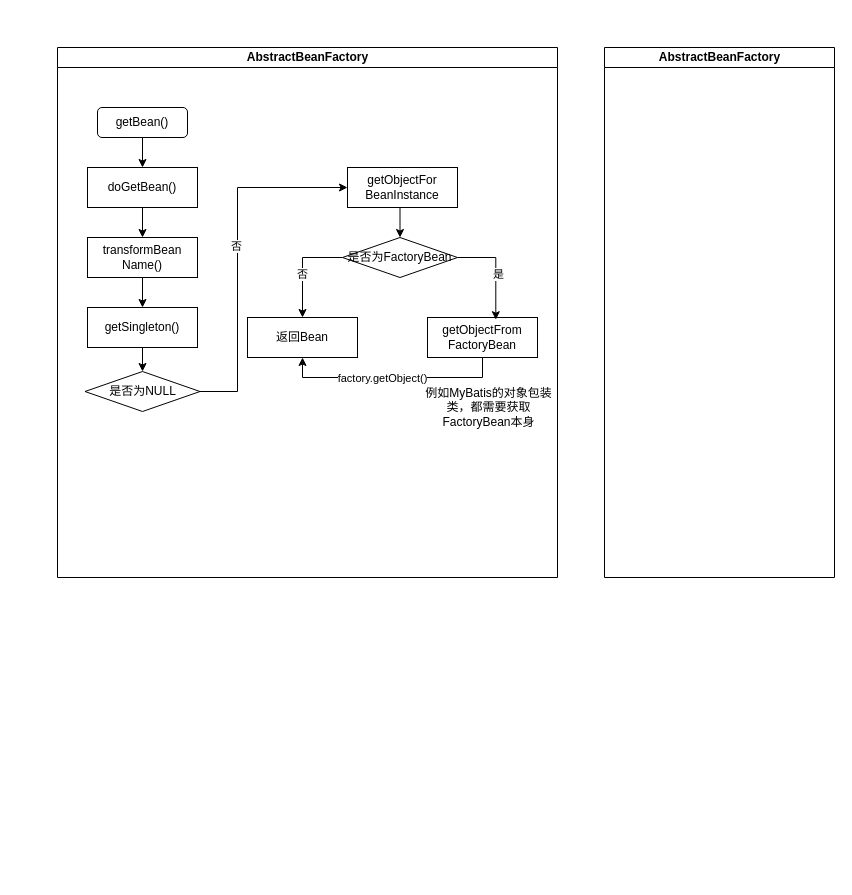
EngineKing/draw keeps this draw.io diagram as Spring.drawio. Above is the earlier version. Source tidied: cells renumbered, new cells numbered last; positions are measured from the earlier drawing's top-left corner, leaving out a move shared by most shapes. Both pictures are drawn from the tidied source at 100%, with x=0, y=0 at pixel (57, 47).
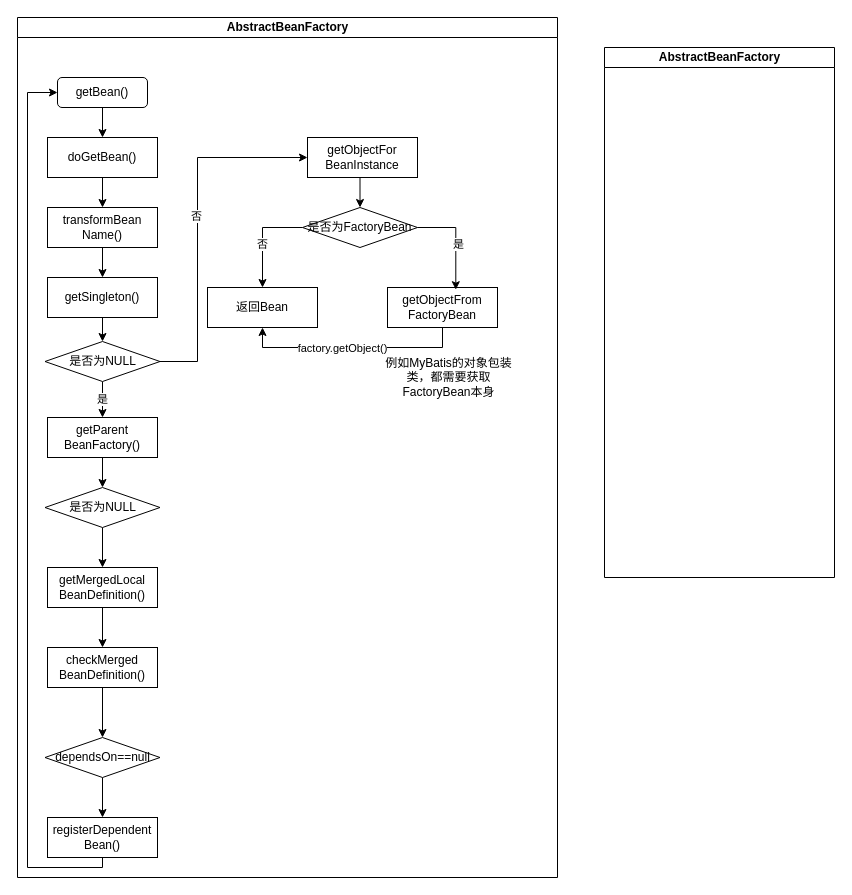
The same page after the edit.

Unchanged cells that the change refers to:
```xml
<mxCell id="4" value="getBean()" style="rounded=1;whiteSpace=wrap;html=1;" parent="2" vertex="1">
  <mxGeometry x="40" y="60" width="90" height="30" as="geometry" />
</mxCell>
<mxCell id="13" value="是否为NULL" style="rhombus;whiteSpace=wrap;html=1;" parent="2" vertex="1">
  <mxGeometry x="27.5" y="324" width="115" height="40" as="geometry" />
</mxCell>
```

What changed in the source:
```diff
@@
     <mxCell id="2" value="AbstractBeanFactory" style="swimlane;html=1;startSize=20;horizontal=1;direction=east;verticalAlign=middle;align=center;" parent="1" vertex="1">
-      <mxGeometry width="500" height="530" as="geometry" />
+      <mxGeometry x="-40" y="-30" width="540" height="860" as="geometry" />
     </mxCell>
@@
+    <mxCell id="27" value="是" style="edgeStyle=orthogonalEdgeStyle;rounded=0;jettySize=auto;html=1;exitX=0.5;exitY=1;exitDx=0;exitDy=0;entryX=0.5;entryY=0;entryDx=0;entryDy=0;" parent="2" edge="1" source="13" target="37">
+      <mxGeometry relative="1" as="geometry" />
+    </mxCell>
@@
+    <mxCell id="28" style="edgeStyle=orthogonalEdgeStyle;rounded=0;jettySize=auto;html=1;exitX=0.5;exitY=1;exitDx=0;exitDy=0;" parent="2" edge="1" source="29" target="31">
+      <mxGeometry relative="1" as="geometry" />
+    </mxCell>
+    <mxCell id="29" value="getMergedLocal&lt;br&gt;BeanDefinition()" style="rounded=0;whiteSpace=wrap;html=1;" parent="2" vertex="1">
+      <mxGeometry x="30" y="550" width="110" height="40" as="geometry" />
+    </mxCell>
+    <mxCell id="30" style="edgeStyle=orthogonalEdgeStyle;rounded=0;jettySize=auto;html=1;exitX=0.5;exitY=1;exitDx=0;exitDy=0;" parent="2" edge="1" source="31" target="33">
+      <mxGeometry relative="1" as="geometry" />
+    </mxCell>
+    <mxCell id="31" value="checkMerged&lt;br&gt;BeanDefinition()" style="rounded=0;whiteSpace=wrap;html=1;" parent="2" vertex="1">
+      <mxGeometry x="30" y="630" width="110" height="40" as="geometry" />
+    </mxCell>
+    <mxCell id="32" style="edgeStyle=orthogonalEdgeStyle;rounded=0;jettySize=auto;html=1;exitX=0.5;exitY=1;exitDx=0;exitDy=0;entryX=0.5;entryY=0;entryDx=0;entryDy=0;" parent="2" edge="1" source="33" target="35">
+      <mxGeometry relative="1" as="geometry" />
+    </mxCell>
+    <mxCell id="33" value="dependsOn==null" style="rhombus;whiteSpace=wrap;html=1;" parent="2" vertex="1">
+      <mxGeometry x="27.5" y="720" width="115" height="40" as="geometry" />
+    </mxCell>
+    <mxCell id="34" style="edgeStyle=orthogonalEdgeStyle;rounded=0;jettySize=auto;html=1;exitX=0.5;exitY=1;exitDx=0;exitDy=0;entryX=0;entryY=0.5;entryDx=0;entryDy=0;" parent="2" edge="1" source="35" target="4">
+      <mxGeometry relative="1" as="geometry">
+        <Array as="points">
+          <mxPoint x="85" y="850" />
+          <mxPoint x="10" y="850" />
+          <mxPoint x="10" y="75" />
+        </Array>
+      </mxGeometry>
+    </mxCell>
+    <mxCell id="35" value="registerDependent&lt;br&gt;Bean()" style="rounded=0;whiteSpace=wrap;html=1;" parent="2" vertex="1">
+      <mxGeometry x="30" y="800" width="110" height="40" as="geometry" />
+    </mxCell>
+    <mxCell id="36" style="edgeStyle=orthogonalEdgeStyle;rounded=0;jettySize=auto;html=1;exitX=0.5;exitY=1;exitDx=0;exitDy=0;entryX=0.5;entryY=0;entryDx=0;entryDy=0;" parent="2" edge="1" source="37" target="39">
+      <mxGeometry relative="1" as="geometry" />
+    </mxCell>
+    <mxCell id="37" value="getParent&lt;br&gt;BeanFactory()" style="rounded=0;whiteSpace=wrap;html=1;" parent="2" vertex="1">
+      <mxGeometry x="30" y="400" width="110" height="40" as="geometry" />
+    </mxCell>
+    <mxCell id="38" style="edgeStyle=orthogonalEdgeStyle;rounded=0;jettySize=auto;html=1;exitX=0.5;exitY=1;exitDx=0;exitDy=0;entryX=0.5;entryY=0;entryDx=0;entryDy=0;" parent="2" edge="1" source="39" target="29">
+      <mxGeometry relative="1" as="geometry" />
+    </mxCell>
+    <mxCell id="39" value="是否为NULL" style="rhombus;whiteSpace=wrap;html=1;" parent="2" vertex="1">
+      <mxGeometry x="27.5" y="470" width="115" height="40" as="geometry" />
+    </mxCell>
```
